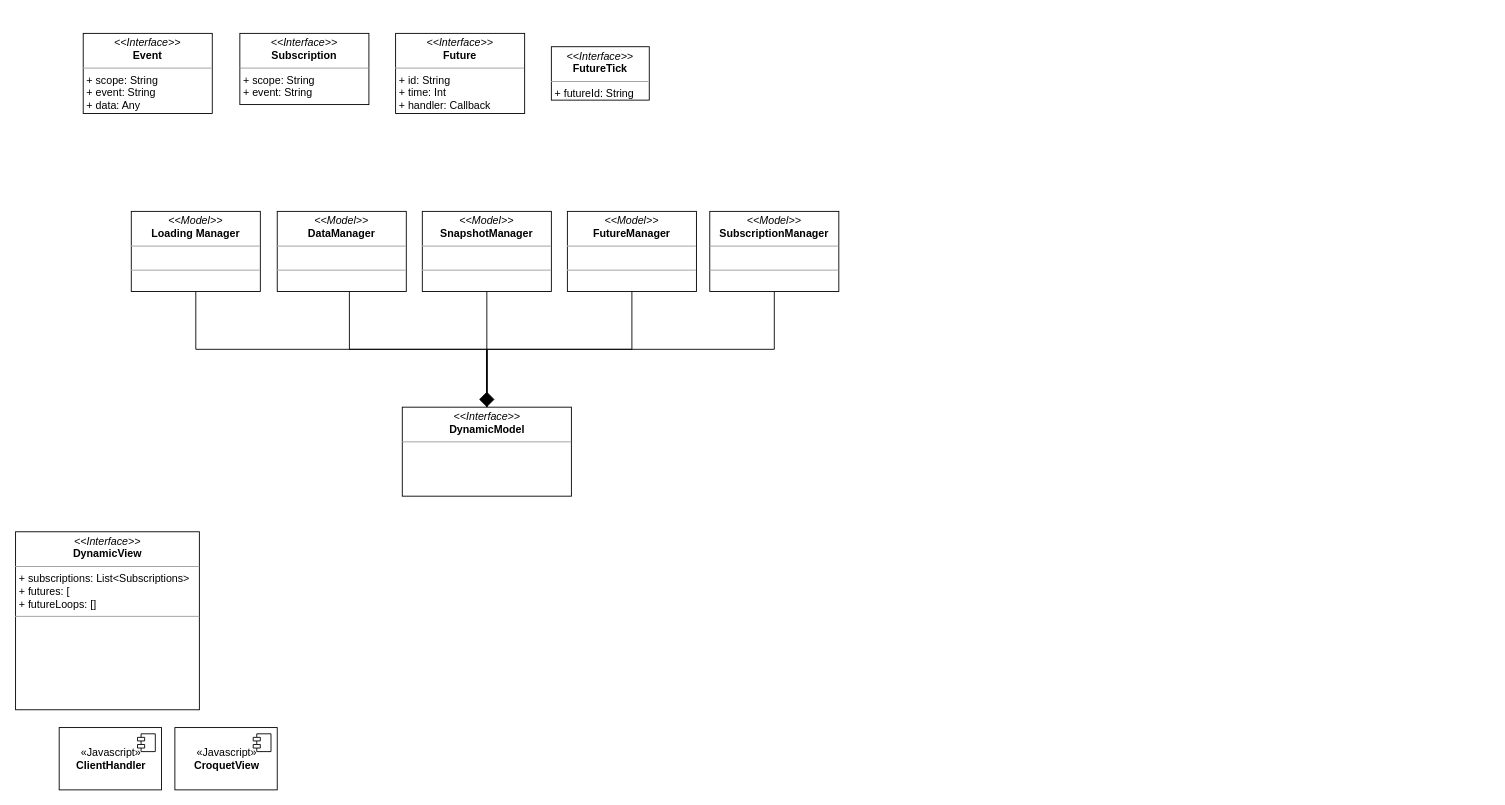
Above: page "Adapter" (2 of 3) of croquet.drawio in alemazzo/croquet-adapter (draw.io), before the change. Source tidied: cells renumbered, new cells numbered last; positions are measured from the earlier drawing's top-left corner, leaving out a move shared by most shapes. Both pictures are drawn from the tidied source at 89%, with x=0, y=0 at pixel (15, 33).
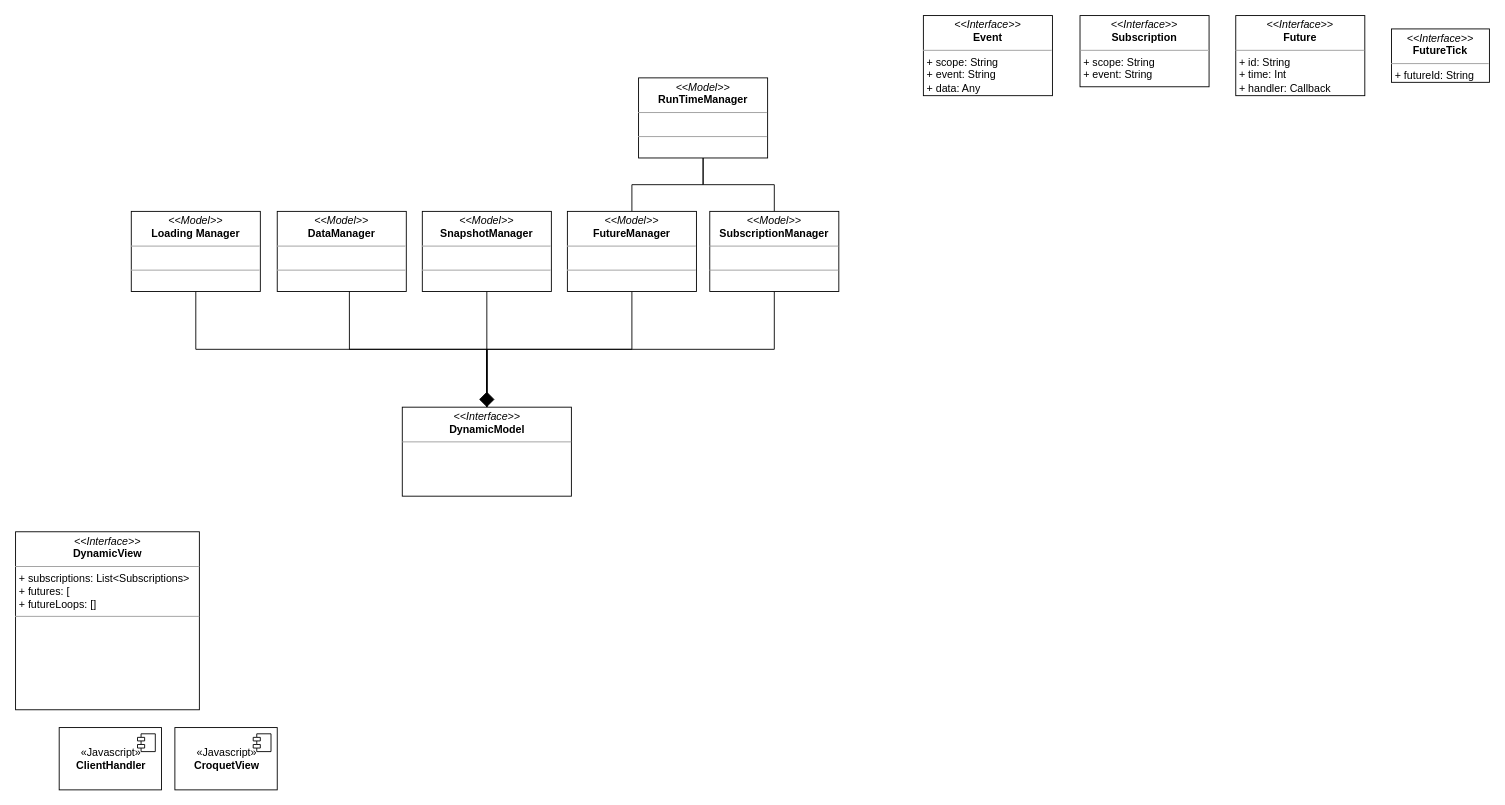
The same page after the edit.

Unchanged cells that the change refers to:
```xml
<mxCell id="19" value="&lt;p style=&quot;margin:0px;margin-top:4px;text-align:center;&quot;&gt;&lt;i&gt;&amp;lt;&amp;lt;Model&amp;gt;&amp;gt;&lt;/i&gt;&lt;br&gt;&lt;b&gt;FutureManager&lt;/b&gt;&lt;/p&gt;&lt;hr size=&quot;1&quot;&gt;&lt;p style=&quot;margin:0px;margin-left:4px;&quot;&gt;&lt;br&gt;&lt;/p&gt;&lt;hr size=&quot;1&quot;&gt;&lt;p style=&quot;margin:0px;margin-left:4px;&quot;&gt;&lt;br&gt;&lt;/p&gt;" style="verticalAlign=top;align=left;overflow=fill;fontSize=12;fontFamily=Helvetica;html=1;" parent="1" vertex="1">
  <mxGeometry x="620" y="200" width="145" height="90" as="geometry" />
</mxCell>
<mxCell id="20" value="&lt;p style=&quot;margin:0px;margin-top:4px;text-align:center;&quot;&gt;&lt;i&gt;&amp;lt;&amp;lt;Model&amp;gt;&amp;gt;&lt;/i&gt;&lt;br&gt;&lt;b&gt;SubscriptionManager&lt;/b&gt;&lt;/p&gt;&lt;hr size=&quot;1&quot;&gt;&lt;p style=&quot;margin:0px;margin-left:4px;&quot;&gt;&lt;br&gt;&lt;/p&gt;&lt;hr size=&quot;1&quot;&gt;&lt;p style=&quot;margin:0px;margin-left:4px;&quot;&gt;&lt;br&gt;&lt;/p&gt;" style="verticalAlign=top;align=left;overflow=fill;fontSize=12;fontFamily=Helvetica;html=1;" parent="1" vertex="1">
  <mxGeometry x="780" y="200" width="145" height="90" as="geometry" />
</mxCell>
```

What changed in the source:
```diff
@@
     <mxCell id="13" value="&lt;p style=&quot;margin:0px;margin-top:4px;text-align:center;&quot;&gt;&lt;i&gt;&amp;lt;&amp;lt;Interface&amp;gt;&amp;gt;&lt;/i&gt;&lt;br&gt;&lt;b&gt;Future&lt;/b&gt;&lt;/p&gt;&lt;hr size=&quot;1&quot;&gt;&lt;p style=&quot;margin:0px;margin-left:4px;&quot;&gt;&lt;span style=&quot;background-color: initial;&quot;&gt;+ id: String&lt;br&gt;&lt;/span&gt;&lt;/p&gt;&lt;p style=&quot;margin:0px;margin-left:4px;&quot;&gt;&lt;span style=&quot;background-color: initial;&quot;&gt;+ time: Int&lt;/span&gt;&lt;/p&gt;&lt;p style=&quot;margin:0px;margin-left:4px;&quot;&gt;&lt;span style=&quot;background-color: initial;&quot;&gt;+ handler: Callback&lt;/span&gt;&lt;/p&gt;&lt;hr size=&quot;1&quot;&gt;&lt;p style=&quot;margin:0px;margin-left:4px;&quot;&gt;&lt;br&gt;&lt;/p&gt;" style="verticalAlign=top;align=left;overflow=fill;fontSize=12;fontFamily=Helvetica;html=1;" parent="1" vertex="1">
-      <mxGeometry x="427" width="145" height="90" as="geometry" />
+      <mxGeometry x="1371" y="-20" width="145" height="90" as="geometry" />
     </mxCell>
     <mxCell id="14" value="&lt;p style=&quot;margin:0px;margin-top:4px;text-align:center;&quot;&gt;&lt;i&gt;&amp;lt;&amp;lt;Interface&amp;gt;&amp;gt;&lt;/i&gt;&lt;br&gt;&lt;b&gt;Subscription&lt;/b&gt;&lt;/p&gt;&lt;hr size=&quot;1&quot;&gt;&lt;p style=&quot;margin:0px;margin-left:4px;&quot;&gt;&lt;span style=&quot;background-color: initial;&quot;&gt;+ scope: String&lt;br&gt;&lt;/span&gt;&lt;/p&gt;&lt;p style=&quot;margin:0px;margin-left:4px;&quot;&gt;&lt;span style=&quot;background-color: initial;&quot;&gt;+ event: String&lt;br&gt;&lt;/span&gt;&lt;/p&gt;&lt;hr size=&quot;1&quot;&gt;&lt;p style=&quot;margin:0px;margin-left:4px;&quot;&gt;&lt;br&gt;&lt;/p&gt;" style="verticalAlign=top;align=left;overflow=fill;fontSize=12;fontFamily=Helvetica;html=1;" parent="1" vertex="1">
-      <mxGeometry x="252" width="145" height="80" as="geometry" />
+      <mxGeometry x="1196" y="-20" width="145" height="80" as="geometry" />
     </mxCell>
     <mxCell id="15" value="&lt;p style=&quot;margin:0px;margin-top:4px;text-align:center;&quot;&gt;&lt;i&gt;&amp;lt;&amp;lt;Interface&amp;gt;&amp;gt;&lt;/i&gt;&lt;br&gt;&lt;b&gt;FutureTick&lt;/b&gt;&lt;/p&gt;&lt;hr size=&quot;1&quot;&gt;&lt;p style=&quot;margin:0px;margin-left:4px;&quot;&gt;&lt;span style=&quot;background-color: initial;&quot;&gt;+ futureId: String&lt;br&gt;&lt;/span&gt;&lt;/p&gt;&lt;hr size=&quot;1&quot;&gt;&lt;p style=&quot;margin:0px;margin-left:4px;&quot;&gt;&lt;br&gt;&lt;/p&gt;" style="verticalAlign=top;align=left;overflow=fill;fontSize=12;fontFamily=Helvetica;html=1;" parent="1" vertex="1">
-      <mxGeometry x="602" y="15" width="110" height="60" as="geometry" />
+      <mxGeometry x="1546" y="-5" width="110" height="60" as="geometry" />
     </mxCell>
     <mxCell id="16" value="&lt;p style=&quot;margin:0px;margin-top:4px;text-align:center;&quot;&gt;&lt;i&gt;&amp;lt;&amp;lt;Interface&amp;gt;&amp;gt;&lt;/i&gt;&lt;br&gt;&lt;b&gt;Event&lt;/b&gt;&lt;/p&gt;&lt;hr size=&quot;1&quot;&gt;&lt;p style=&quot;margin:0px;margin-left:4px;&quot;&gt;&lt;span style=&quot;background-color: initial;&quot;&gt;+ scope: String&lt;br&gt;&lt;/span&gt;&lt;/p&gt;&lt;p style=&quot;margin:0px;margin-left:4px;&quot;&gt;&lt;span style=&quot;background-color: initial;&quot;&gt;+ event: String&lt;/span&gt;&lt;/p&gt;&lt;p style=&quot;margin:0px;margin-left:4px;&quot;&gt;&lt;span style=&quot;background-color: initial;&quot;&gt;+ data: Any&lt;/span&gt;&lt;/p&gt;&lt;hr size=&quot;1&quot;&gt;&lt;p style=&quot;margin:0px;margin-left:4px;&quot;&gt;&lt;br&gt;&lt;/p&gt;" style="verticalAlign=top;align=left;overflow=fill;fontSize=12;fontFamily=Helvetica;html=1;" parent="1" vertex="1">
-      <mxGeometry x="76" width="145" height="90" as="geometry" />
+      <mxGeometry x="1020" y="-20" width="145" height="90" as="geometry" />
     </mxCell>
@@
+    <mxCell id="22" style="edgeStyle=orthogonalEdgeStyle;rounded=0;jettySize=auto;html=1;exitX=0.5;exitY=0;exitDx=0;exitDy=0;entryX=0.5;entryY=1;entryDx=0;entryDy=0;startArrow=none;startFill=0;endArrow=none;endFill=0;startSize=15;endSize=13;" parent="1" edge="1" source="19" target="24">
+      <mxGeometry relative="1" as="geometry" />
+    </mxCell>
@@
+    <mxCell id="23" style="edgeStyle=orthogonalEdgeStyle;rounded=0;jettySize=auto;html=1;exitX=0.5;exitY=0;exitDx=0;exitDy=0;startArrow=none;startFill=0;endArrow=none;endFill=0;startSize=15;endSize=13;" parent="1" edge="1" source="20" target="24">
+      <mxGeometry relative="1" as="geometry" />
+    </mxCell>
@@
+    <mxCell id="24" value="&lt;p style=&quot;margin:0px;margin-top:4px;text-align:center;&quot;&gt;&lt;i&gt;&amp;lt;&amp;lt;Model&amp;gt;&amp;gt;&lt;/i&gt;&lt;br&gt;&lt;b&gt;RunTimeManager&lt;/b&gt;&lt;/p&gt;&lt;hr size=&quot;1&quot;&gt;&lt;p style=&quot;margin:0px;margin-left:4px;&quot;&gt;&lt;br&gt;&lt;/p&gt;&lt;hr size=&quot;1&quot;&gt;&lt;p style=&quot;margin:0px;margin-left:4px;&quot;&gt;&lt;br&gt;&lt;/p&gt;" style="verticalAlign=top;align=left;overflow=fill;fontSize=12;fontFamily=Helvetica;html=1;" parent="1" vertex="1">
+      <mxGeometry x="700" y="50" width="145" height="90" as="geometry" />
+    </mxCell>
```
